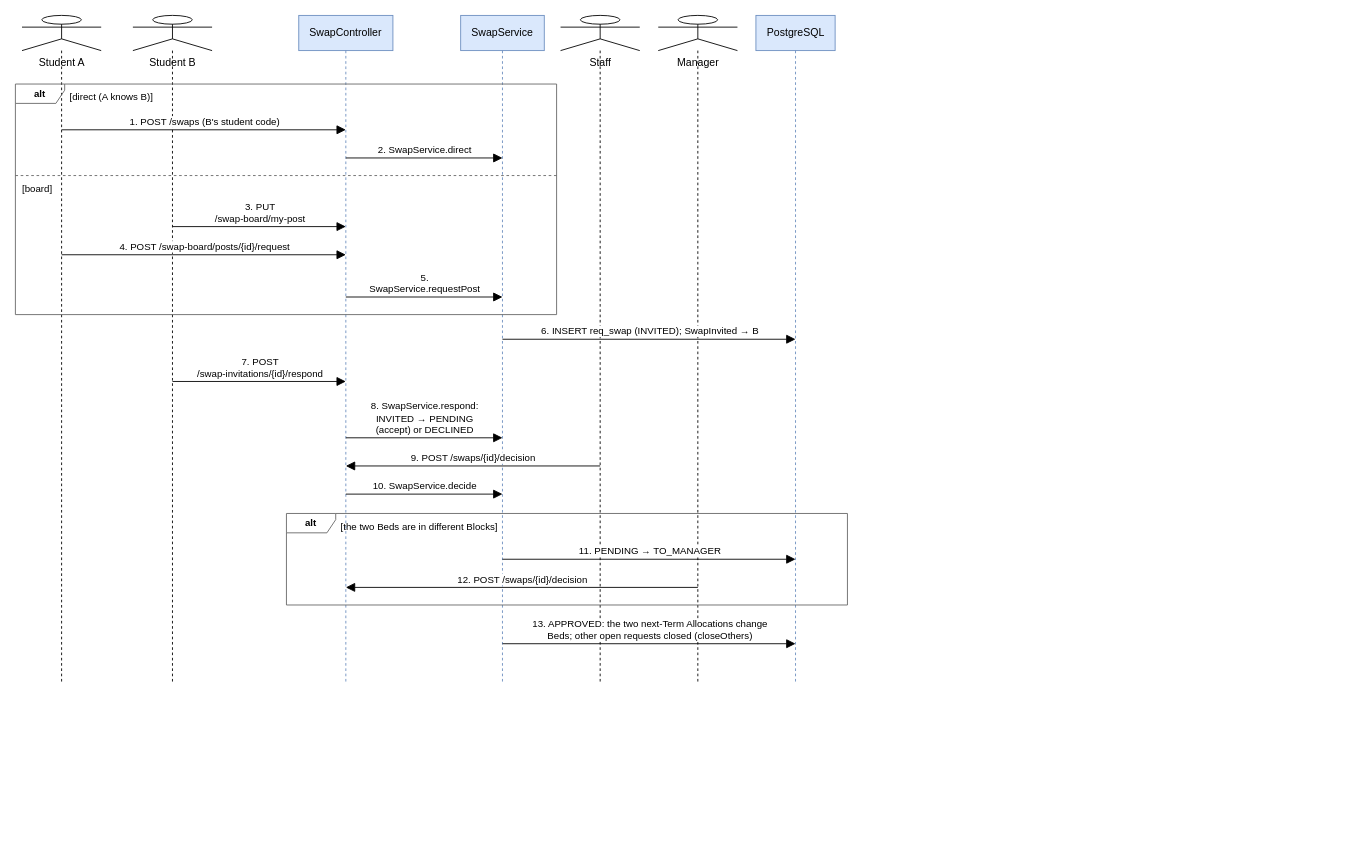
Before: docs/Diagrams/07_Sequence/seq-12-swap.drawio in tisou47/CampusStay-FPT, a draw.io diagram. Source tidied: cells renumbered, new cells numbered last; positions are measured from the earlier drawing's top-left corner, leaving out a move shared by most shapes. Both pictures are drawn from the tidied source at 88%, with x=0, y=0 at pixel (15, 15).
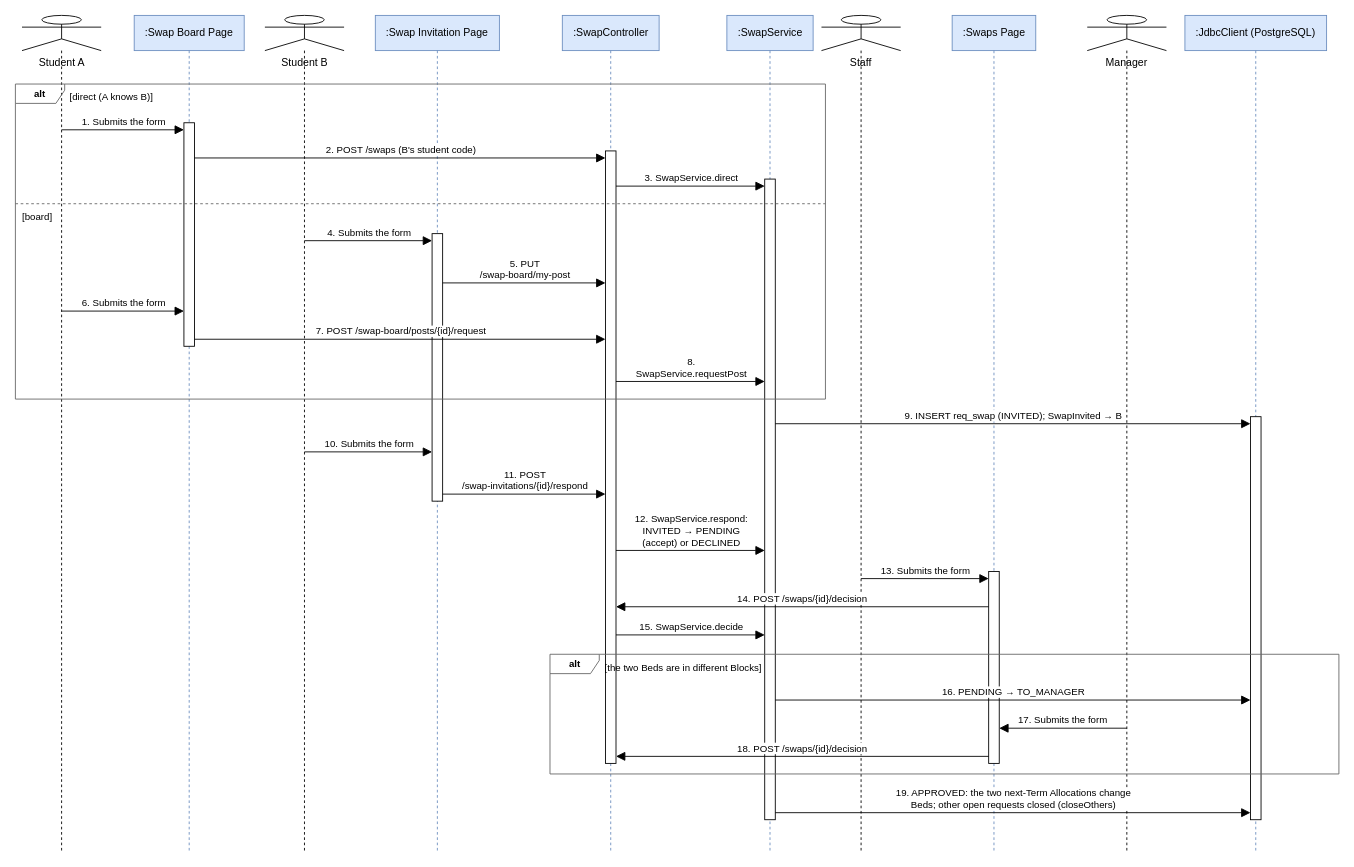
Above is the later version.

Diff of the diagram source:
```diff
@@
     <mxCell id="2" value="Student A" style="shape=umlLifeline;participant=umlActor;perimeter=lifelinePerimeter;size=40;verticalAlign=top;spacingTop=40;html=1;whiteSpace=wrap;fontSize=12;fontFamily=Helvetica;" parent="1" vertex="1">
-      <mxGeometry x="7.5" width="90" height="758" as="geometry" />
+      <mxGeometry x="7.5" width="90" height="950" as="geometry" />
     </mxCell>
+    <mxCell id="28" value=":Swap Board Page" style="shape=umlLifeline;perimeter=lifelinePerimeter;size=40;html=1;whiteSpace=wrap;fontSize=12;fontFamily=Helvetica;fillColor=#dae8fc;strokeColor=#6c8ebf;" parent="1" vertex="1">
+      <mxGeometry x="135" width="125" height="950" as="geometry" />
+    </mxCell>
     <mxCell id="3" value="Student B" style="shape=umlLifeline;participant=umlActor;perimeter=lifelinePerimeter;size=40;verticalAlign=top;spacingTop=40;html=1;whiteSpace=wrap;fontSize=12;fontFamily=Helvetica;" parent="1" vertex="1">
-      <mxGeometry x="133.5" width="90" height="758" as="geometry" />
+      <mxGeometry x="283.5" width="90" height="950" as="geometry" />
     </mxCell>
+    <mxCell id="29" value=":Swap Invitation Page" style="shape=umlLifeline;perimeter=lifelinePerimeter;size=40;html=1;whiteSpace=wrap;fontSize=12;fontFamily=Helvetica;fillColor=#dae8fc;strokeColor=#6c8ebf;" parent="1" vertex="1">
+      <mxGeometry x="409" width="141" height="950" as="geometry" />
+    </mxCell>
-    <mxCell id="4" value="SwapController" style="shape=umlLifeline;perimeter=lifelinePerimeter;size=40;html=1;whiteSpace=wrap;fontSize=12;fontFamily=Helvetica;fillColor=#dae8fc;strokeColor=#6c8ebf;" parent="1" vertex="1">
-      <mxGeometry x="322" width="107" height="758" as="geometry" />
+    <mxCell id="4" value=":SwapController" style="shape=umlLifeline;perimeter=lifelinePerimeter;size=40;html=1;whiteSpace=wrap;fontSize=12;fontFamily=Helvetica;fillColor=#dae8fc;strokeColor=#6c8ebf;" parent="1" vertex="1">
+      <mxGeometry x="621.5" width="110" height="950" as="geometry" />
     </mxCell>
-    <mxCell id="5" value="SwapService" style="shape=umlLifeline;perimeter=lifelinePerimeter;size=40;html=1;whiteSpace=wrap;fontSize=12;fontFamily=Helvetica;fillColor=#dae8fc;strokeColor=#6c8ebf;" parent="1" vertex="1">
-      <mxGeometry x="506" width="95" height="758" as="geometry" />
+    <mxCell id="5" value=":SwapService" style="shape=umlLifeline;perimeter=lifelinePerimeter;size=40;html=1;whiteSpace=wrap;fontSize=12;fontFamily=Helvetica;fillColor=#dae8fc;strokeColor=#6c8ebf;" parent="1" vertex="1">
+      <mxGeometry x="808.5" width="98" height="950" as="geometry" />
     </mxCell>
     <mxCell id="6" value="Staff" style="shape=umlLifeline;participant=umlActor;perimeter=lifelinePerimeter;size=40;verticalAlign=top;spacingTop=40;html=1;whiteSpace=wrap;fontSize=12;fontFamily=Helvetica;" parent="1" vertex="1">
-      <mxGeometry x="619.5" width="90" height="758" as="geometry" />
+      <mxGeometry x="916" width="90" height="950" as="geometry" />
     </mxCell>
+    <mxCell id="30" value=":Swaps Page" style="shape=umlLifeline;perimeter=lifelinePerimeter;size=40;html=1;whiteSpace=wrap;fontSize=12;fontFamily=Helvetica;fillColor=#dae8fc;strokeColor=#6c8ebf;" parent="1" vertex="1">
+      <mxGeometry x="1064.5" width="95" height="950" as="geometry" />
+    </mxCell>
     <mxCell id="7" value="Manager" style="shape=umlLifeline;participant=umlActor;perimeter=lifelinePerimeter;size=40;verticalAlign=top;spacingTop=40;html=1;whiteSpace=wrap;fontSize=12;fontFamily=Helvetica;" parent="1" vertex="1">
-      <mxGeometry x="730.5" width="90" height="758" as="geometry" />
+      <mxGeometry x="1218" width="90" height="950" as="geometry" />
     </mxCell>
-    <mxCell id="8" value="PostgreSQL" style="shape=umlLifeline;perimeter=lifelinePerimeter;size=40;html=1;whiteSpace=wrap;fontSize=12;fontFamily=Helvetica;fillColor=#dae8fc;strokeColor=#6c8ebf;" parent="1" vertex="1">
-      <mxGeometry x="841.5" width="90" height="758" as="geometry" />
+    <mxCell id="8" value=":JdbcClient (PostgreSQL)" style="shape=umlLifeline;perimeter=lifelinePerimeter;size=40;html=1;whiteSpace=wrap;fontSize=12;fontFamily=Helvetica;fillColor=#dae8fc;strokeColor=#6c8ebf;" parent="1" vertex="1">
+      <mxGeometry x="1329" width="161" height="950" as="geometry" />
     </mxCell>
-    <mxCell id="9" value="1. POST /swaps (B's student code)" style="html=1;rounded=1;fontSize=11;fontFamily=Helvetica;labelBackgroundColor=#ffffff;verticalAlign=bottom;endArrow=block;endFill=1;endSize=8;" parent="1" edge="1">
-      <mxGeometry relative="1" as="geometry">
-        <mxPoint x="52.5" y="130" as="sourcePoint" />
-        <mxPoint x="375.5" y="130" as="targetPoint" />
-      </mxGeometry>
+    <mxCell id="9" style="rounded=0;whiteSpace=wrap;html=1;fillColor=#FFFFFF;strokeColor=#000000;" parent="1" vertex="1">
+      <mxGeometry x="191.5" y="122" width="12" height="254" as="geometry" />
     </mxCell>
-    <mxCell id="10" value="2. SwapService.direct" style="html=1;rounded=1;fontSize=11;fontFamily=Helvetica;labelBackgroundColor=#ffffff;verticalAlign=bottom;endArrow=block;endFill=1;endSize=8;" parent="1" edge="1">
-      <mxGeometry relative="1" as="geometry">
-        <mxPoint x="375.5" y="162" as="sourcePoint" />
-        <mxPoint x="553.5" y="162" as="targetPoint" />
-      </mxGeometry>
+    <mxCell id="10" style="rounded=0;whiteSpace=wrap;html=1;fillColor=#FFFFFF;strokeColor=#000000;" parent="1" vertex="1">
+      <mxGeometry x="670.5" y="154" width="12" height="696" as="geometry" />
     </mxCell>
-    <mxCell id="11" value="3. PUT&lt;br&gt;/swap-board/my-post" style="html=1;rounded=1;fontSize=11;fontFamily=Helvetica;labelBackgroundColor=#ffffff;verticalAlign=bottom;endArrow=block;endFill=1;endSize=8;" parent="1" edge="1">
-      <mxGeometry relative="1" as="geometry">
-        <mxPoint x="178.5" y="240" as="sourcePoint" />
-        <mxPoint x="375.5" y="240" as="targetPoint" />
-      </mxGeometry>
+    <mxCell id="11" style="rounded=0;whiteSpace=wrap;html=1;fillColor=#FFFFFF;strokeColor=#000000;" parent="1" vertex="1">
+      <mxGeometry x="851.5" y="186" width="12" height="728" as="geometry" />
     </mxCell>
-    <mxCell id="12" value="4. POST /swap-board/posts/{id}/request" style="html=1;rounded=1;fontSize=11;fontFamily=Helvetica;labelBackgroundColor=#ffffff;verticalAlign=bottom;endArrow=block;endFill=1;endSize=8;" parent="1" edge="1">
-      <mxGeometry relative="1" as="geometry">
-        <mxPoint x="52.5" y="272" as="sourcePoint" />
-        <mxPoint x="375.5" y="272" as="targetPoint" />
-      </mxGeometry>
+    <mxCell id="12" style="rounded=0;whiteSpace=wrap;html=1;fillColor=#FFFFFF;strokeColor=#000000;" parent="1" vertex="1">
+      <mxGeometry x="473.5" y="248" width="12" height="304" as="geometry" />
     </mxCell>
-    <mxCell id="13" value="5.&lt;br&gt;SwapService.requestPost" style="html=1;rounded=1;fontSize=11;fontFamily=Helvetica;labelBackgroundColor=#ffffff;verticalAlign=bottom;endArrow=block;endFill=1;endSize=8;" parent="1" edge="1">
-      <mxGeometry relative="1" as="geometry">
-        <mxPoint x="375.5" y="320" as="sourcePoint" />
-        <mxPoint x="553.5" y="320" as="targetPoint" />
-      </mxGeometry>
+    <mxCell id="13" style="rounded=0;whiteSpace=wrap;html=1;fillColor=#FFFFFF;strokeColor=#000000;" parent="1" vertex="1">
+      <mxGeometry x="1403.5" y="456" width="12" height="458" as="geometry" />
     </mxCell>
-    <mxCell id="14" value="alt" style="shape=umlFrame;whiteSpace=wrap;html=1;width=56;height=22;fontSize=11;fontStyle=1;fillColor=none;strokeColor=#666666;" parent="1" vertex="1">
-      <mxGeometry y="78" width="615" height="262" as="geometry" />
+    <mxCell id="14" style="rounded=0;whiteSpace=wrap;html=1;fillColor=#FFFFFF;strokeColor=#000000;" parent="1" vertex="1">
+      <mxGeometry x="1106" y="632" width="12" height="218" as="geometry" />
     </mxCell>
-    <mxCell id="15" value="[direct (A knows B)]" style="text;html=1;whiteSpace=wrap;fontSize=12;fontFamily=Helvetica;align=left;verticalAlign=top;fillColor=none;strokeColor=none;fontSize=11;" parent="1" vertex="1">
-      <mxGeometry x="60" y="80" width="127.4" height="20" as="geometry" />
+    <mxCell id="15" value="1. Submits the form" style="html=1;rounded=1;fontSize=11;fontFamily=Helvetica;labelBackgroundColor=#ffffff;verticalAlign=bottom;endArrow=block;endFill=1;endSize=8;" parent="1" edge="1">
+      <mxGeometry relative="1" as="geometry">
+        <mxPoint x="52.5" y="130" as="sourcePoint" />
+        <mxPoint x="191.5" y="130" as="targetPoint" />
+      </mxGeometry>
     </mxCell>
-    <mxCell id="16" style="html=1;rounded=1;fontSize=11;fontFamily=Helvetica;labelBackgroundColor=#ffffff;endArrow=none;dashed=1;strokeColor=#666666;" parent="1" edge="1">
+    <mxCell id="16" value="2. POST /swaps (B's student code)" style="html=1;rounded=1;fontSize=11;fontFamily=Helvetica;labelBackgroundColor=#ffffff;verticalAlign=bottom;endArrow=block;endFill=1;endSize=8;" parent="1" edge="1">
       <mxGeometry relative="1" as="geometry">
-        <mxPoint y="182" as="sourcePoint" />
-        <mxPoint x="615" y="182" as="targetPoint" />
+        <mxPoint x="203.5" y="162" as="sourcePoint" />
+        <mxPoint x="670.5" y="162" as="targetPoint" />
       </mxGeometry>
     </mxCell>
-    <mxCell id="17" value="[board]" style="text;html=1;whiteSpace=wrap;fontSize=12;fontFamily=Helvetica;align=left;verticalAlign=top;fillColor=none;strokeColor=none;fontSize=11;" parent="1" vertex="1">
-      <mxGeometry x="6" y="184" width="60.7" height="20" as="geometry" />
+    <mxCell id="17" value="3. SwapService.direct" style="html=1;rounded=1;fontSize=11;fontFamily=Helvetica;labelBackgroundColor=#ffffff;verticalAlign=bottom;endArrow=block;endFill=1;endSize=8;" parent="1" edge="1">
+      <mxGeometry relative="1" as="geometry">
+        <mxPoint x="682.5" y="194" as="sourcePoint" />
+        <mxPoint x="851.5" y="194" as="targetPoint" />
+      </mxGeometry>
     </mxCell>
-    <mxCell id="18" value="6. INSERT req_swap (INVITED); SwapInvited → B" style="html=1;rounded=1;fontSize=11;fontFamily=Helvetica;labelBackgroundColor=#ffffff;verticalAlign=bottom;endArrow=block;endFill=1;endSize=8;" parent="1" edge="1">
+    <mxCell id="18" value="4. Submits the form" style="html=1;rounded=1;fontSize=11;fontFamily=Helvetica;labelBackgroundColor=#ffffff;verticalAlign=bottom;endArrow=block;endFill=1;endSize=8;" parent="1" edge="1">
       <mxGeometry relative="1" as="geometry">
-        <mxPoint x="553.5" y="368" as="sourcePoint" />
-        <mxPoint x="886.5" y="368" as="targetPoint" />
+        <mxPoint x="328.5" y="256" as="sourcePoint" />
+        <mxPoint x="473.5" y="256" as="targetPoint" />
       </mxGeometry>
     </mxCell>
-    <mxCell id="19" value="7. POST&lt;br&gt;/swap-invitations/{id}/respond" style="html=1;rounded=1;fontSize=11;fontFamily=Helvetica;labelBackgroundColor=#ffffff;verticalAlign=bottom;endArrow=block;endFill=1;endSize=8;" parent="1" edge="1">
+    <mxCell id="19" value="5. PUT&lt;br&gt;/swap-board/my-post" style="html=1;rounded=1;fontSize=11;fontFamily=Helvetica;labelBackgroundColor=#ffffff;verticalAlign=bottom;endArrow=block;endFill=1;endSize=8;" parent="1" edge="1">
       <mxGeometry relative="1" as="geometry">
-        <mxPoint x="178.5" y="416" as="sourcePoint" />
-        <mxPoint x="375.5" y="416" as="targetPoint" />
+        <mxPoint x="485.5" y="304" as="sourcePoint" />
+        <mxPoint x="670.5" y="304" as="targetPoint" />
       </mxGeometry>
     </mxCell>
-    <mxCell id="20" value="8. SwapService.respond:&lt;br&gt;INVITED → PENDING&lt;br&gt;(accept) or DECLINED" style="html=1;rounded=1;fontSize=11;fontFamily=Helvetica;labelBackgroundColor=#ffffff;verticalAlign=bottom;endArrow=block;endFill=1;endSize=8;" parent="1" edge="1">
+    <mxCell id="20" value="6. Submits the form" style="html=1;rounded=1;fontSize=11;fontFamily=Helvetica;labelBackgroundColor=#ffffff;verticalAlign=bottom;endArrow=block;endFill=1;endSize=8;" parent="1" edge="1">
       <mxGeometry relative="1" as="geometry">
-        <mxPoint x="375.5" y="480" as="sourcePoint" />
-        <mxPoint x="553.5" y="480" as="targetPoint" />
+        <mxPoint x="52.5" y="336" as="sourcePoint" />
+        <mxPoint x="191.5" y="336" as="targetPoint" />
       </mxGeometry>
     </mxCell>
-    <mxCell id="21" value="9. POST /swaps/{id}/decision" style="html=1;rounded=1;fontSize=11;fontFamily=Helvetica;labelBackgroundColor=#ffffff;verticalAlign=bottom;endArrow=block;endFill=1;endSize=8;" parent="1" edge="1">
+    <mxCell id="21" value="7. POST /swap-board/posts/{id}/request" style="html=1;rounded=1;fontSize=11;fontFamily=Helvetica;labelBackgroundColor=#ffffff;verticalAlign=bottom;endArrow=block;endFill=1;endSize=8;" parent="1" edge="1">
       <mxGeometry relative="1" as="geometry">
-        <mxPoint x="664.5" y="512" as="sourcePoint" />
-        <mxPoint x="375.5" y="512" as="targetPoint" />
+        <mxPoint x="203.5" y="368" as="sourcePoint" />
+        <mxPoint x="670.5" y="368" as="targetPoint" />
       </mxGeometry>
     </mxCell>
-    <mxCell id="22" value="10. SwapService.decide" style="html=1;rounded=1;fontSize=11;fontFamily=Helvetica;labelBackgroundColor=#ffffff;verticalAlign=bottom;endArrow=block;endFill=1;endSize=8;" parent="1" edge="1">
+    <mxCell id="22" value="8.&lt;br&gt;SwapService.requestPost" style="html=1;rounded=1;fontSize=11;fontFamily=Helvetica;labelBackgroundColor=#ffffff;verticalAlign=bottom;endArrow=block;endFill=1;endSize=8;" parent="1" edge="1">
       <mxGeometry relative="1" as="geometry">
-        <mxPoint x="375.5" y="544" as="sourcePoint" />
-        <mxPoint x="553.5" y="544" as="targetPoint" />
+        <mxPoint x="682.5" y="416" as="sourcePoint" />
+        <mxPoint x="851.5" y="416" as="targetPoint" />
       </mxGeometry>
     </mxCell>
-    <mxCell id="23" value="11. PENDING → TO_MANAGER" style="html=1;rounded=1;fontSize=11;fontFamily=Helvetica;labelBackgroundColor=#ffffff;verticalAlign=bottom;endArrow=block;endFill=1;endSize=8;" parent="1" edge="1">
-      <mxGeometry relative="1" as="geometry">
-        <mxPoint x="553.5" y="618" as="sourcePoint" />
-        <mxPoint x="886.5" y="618" as="targetPoint" />
-      </mxGeometry>
+    <mxCell id="23" value="alt" style="shape=umlFrame;whiteSpace=wrap;html=1;width=56;height=22;fontSize=11;fontStyle=1;fillColor=none;strokeColor=#666666;" parent="1" vertex="1">
+      <mxGeometry y="78" width="920.5" height="358" as="geometry" />
     </mxCell>
-    <mxCell id="24" value="12. POST /swaps/{id}/decision" style="html=1;rounded=1;fontSize=11;fontFamily=Helvetica;labelBackgroundColor=#ffffff;verticalAlign=bottom;endArrow=block;endFill=1;endSize=8;" parent="1" edge="1">
-      <mxGeometry relative="1" as="geometry">
-        <mxPoint x="775.5" y="650" as="sourcePoint" />
-        <mxPoint x="375.5" y="650" as="targetPoint" />
-      </mxGeometry>
+    <mxCell id="24" value="[direct (A knows B)]" style="text;html=1;whiteSpace=wrap;fontSize=12;fontFamily=Helvetica;align=left;verticalAlign=top;fillColor=none;strokeColor=none;fontSize=11;" parent="1" vertex="1">
+      <mxGeometry x="60" y="80" width="127.4" height="20" as="geometry" />
     </mxCell>
-    <mxCell id="25" value="alt" style="shape=umlFrame;whiteSpace=wrap;html=1;width=56;height=22;fontSize=11;fontStyle=1;fillColor=none;strokeColor=#666666;" parent="1" vertex="1">
-      <mxGeometry x="308" y="566" width="637.5" height="104" as="geometry" />
+    <mxCell id="25" style="html=1;rounded=1;fontSize=11;fontFamily=Helvetica;labelBackgroundColor=#ffffff;endArrow=none;dashed=1;strokeColor=#666666;" parent="1" edge="1">
+      <mxGeometry relative="1" as="geometry">
+        <mxPoint y="214" as="sourcePoint" />
+        <mxPoint x="920.5" y="214" as="targetPoint" />
+      </mxGeometry>
     </mxCell>
-    <mxCell id="26" value="[the two Beds are in different Blocks]" style="text;html=1;whiteSpace=wrap;fontSize=12;fontFamily=Helvetica;align=left;verticalAlign=top;fillColor=none;strokeColor=none;fontSize=11;" parent="1" vertex="1">
-      <mxGeometry x="368" y="568" width="217.9" height="20" as="geometry" />
+    <mxCell id="26" value="[board]" style="text;html=1;whiteSpace=wrap;fontSize=12;fontFamily=Helvetica;align=left;verticalAlign=top;fillColor=none;strokeColor=none;fontSize=11;" parent="1" vertex="1">
+      <mxGeometry x="6" y="216" width="60.7" height="20" as="geometry" />
     </mxCell>
-    <mxCell id="27" value="13. APPROVED: the two next-Term Allocations change&lt;br&gt;Beds; other open requests closed (closeOthers)" style="html=1;rounded=1;fontSize=11;fontFamily=Helvetica;labelBackgroundColor=#ffffff;verticalAlign=bottom;endArrow=block;endFill=1;endSize=8;" parent="1" edge="1">
+    <mxCell id="27" value="9. INSERT req_swap (INVITED); SwapInvited → B" style="html=1;rounded=1;fontSize=11;fontFamily=Helvetica;labelBackgroundColor=#ffffff;verticalAlign=bottom;endArrow=block;endFill=1;endSize=8;" parent="1" edge="1">
       <mxGeometry relative="1" as="geometry">
-        <mxPoint x="553.5" y="714" as="sourcePoint" />
-        <mxPoint x="886.5" y="714" as="targetPoint" />
+        <mxPoint x="863.5" y="464" as="sourcePoint" />
+        <mxPoint x="1403.5" y="464" as="targetPoint" />
       </mxGeometry>
     </mxCell>
+    <mxCell id="31" value="10. Submits the form" style="html=1;rounded=1;fontSize=11;fontFamily=Helvetica;labelBackgroundColor=#ffffff;verticalAlign=bottom;endArrow=block;endFill=1;endSize=8;" parent="1" edge="1">
+      <mxGeometry relative="1" as="geometry">
+        <mxPoint x="328.5" y="496" as="sourcePoint" />
+        <mxPoint x="473.5" y="496" as="targetPoint" />
+      </mxGeometry>
+    </mxCell>
+    <mxCell id="32" value="11. POST&lt;br&gt;/swap-invitations/{id}/respond" style="html=1;rounded=1;fontSize=11;fontFamily=Helvetica;labelBackgroundColor=#ffffff;verticalAlign=bottom;endArrow=block;endFill=1;endSize=8;" parent="1" edge="1">
+      <mxGeometry relative="1" as="geometry">
+        <mxPoint x="485.5" y="544" as="sourcePoint" />
+        <mxPoint x="670.5" y="544" as="targetPoint" />
+      </mxGeometry>
+    </mxCell>
+    <mxCell id="33" value="12. SwapService.respond:&lt;br&gt;INVITED → PENDING&lt;br&gt;(accept) or DECLINED" style="html=1;rounded=1;fontSize=11;fontFamily=Helvetica;labelBackgroundColor=#ffffff;verticalAlign=bottom;endArrow=block;endFill=1;endSize=8;" parent="1" edge="1">
+      <mxGeometry relative="1" as="geometry">
+        <mxPoint x="682.5" y="608" as="sourcePoint" />
+        <mxPoint x="851.5" y="608" as="targetPoint" />
+      </mxGeometry>
+    </mxCell>
+    <mxCell id="34" value="13. Submits the form" style="html=1;rounded=1;fontSize=11;fontFamily=Helvetica;labelBackgroundColor=#ffffff;verticalAlign=bottom;endArrow=block;endFill=1;endSize=8;" parent="1" edge="1">
+      <mxGeometry relative="1" as="geometry">
+        <mxPoint x="961" y="640" as="sourcePoint" />
+        <mxPoint x="1106" y="640" as="targetPoint" />
+      </mxGeometry>
+    </mxCell>
+    <mxCell id="35" value="14. POST /swaps/{id}/decision" style="html=1;rounded=1;fontSize=11;fontFamily=Helvetica;labelBackgroundColor=#ffffff;verticalAlign=bottom;endArrow=block;endFill=1;endSize=8;" parent="1" edge="1">
+      <mxGeometry relative="1" as="geometry">
+        <mxPoint x="1106" y="672" as="sourcePoint" />
+        <mxPoint x="682.5" y="672" as="targetPoint" />
+      </mxGeometry>
+    </mxCell>
+    <mxCell id="36" value="15. SwapService.decide" style="html=1;rounded=1;fontSize=11;fontFamily=Helvetica;labelBackgroundColor=#ffffff;verticalAlign=bottom;endArrow=block;endFill=1;endSize=8;" parent="1" edge="1">
+      <mxGeometry relative="1" as="geometry">
+        <mxPoint x="682.5" y="704" as="sourcePoint" />
+        <mxPoint x="851.5" y="704" as="targetPoint" />
+      </mxGeometry>
+    </mxCell>
+    <mxCell id="37" value="16. PENDING → TO_MANAGER" style="html=1;rounded=1;fontSize=11;fontFamily=Helvetica;labelBackgroundColor=#ffffff;verticalAlign=bottom;endArrow=block;endFill=1;endSize=8;" parent="1" edge="1">
+      <mxGeometry relative="1" as="geometry">
+        <mxPoint x="863.5" y="778" as="sourcePoint" />
+        <mxPoint x="1403.5" y="778" as="targetPoint" />
+      </mxGeometry>
+    </mxCell>
+    <mxCell id="38" value="17. Submits the form" style="html=1;rounded=1;fontSize=11;fontFamily=Helvetica;labelBackgroundColor=#ffffff;verticalAlign=bottom;endArrow=block;endFill=1;endSize=8;" parent="1" edge="1">
+      <mxGeometry relative="1" as="geometry">
+        <mxPoint x="1263" y="810" as="sourcePoint" />
+        <mxPoint x="1118" y="810" as="targetPoint" />
+      </mxGeometry>
+    </mxCell>
+    <mxCell id="39" value="18. POST /swaps/{id}/decision" style="html=1;rounded=1;fontSize=11;fontFamily=Helvetica;labelBackgroundColor=#ffffff;verticalAlign=bottom;endArrow=block;endFill=1;endSize=8;" parent="1" edge="1">
+      <mxGeometry relative="1" as="geometry">
+        <mxPoint x="1106" y="842" as="sourcePoint" />
+        <mxPoint x="682.5" y="842" as="targetPoint" />
+      </mxGeometry>
+    </mxCell>
+    <mxCell id="40" value="alt" style="shape=umlFrame;whiteSpace=wrap;html=1;width=56;height=22;fontSize=11;fontStyle=1;fillColor=none;strokeColor=#666666;" parent="1" vertex="1">
+      <mxGeometry x="607.5" y="726" width="896.5" height="136" as="geometry" />
+    </mxCell>
+    <mxCell id="41" value="[the two Beds are in different Blocks]" style="text;html=1;whiteSpace=wrap;fontSize=12;fontFamily=Helvetica;align=left;verticalAlign=top;fillColor=none;strokeColor=none;fontSize=11;" parent="1" vertex="1">
+      <mxGeometry x="667.5" y="728" width="217.9" height="20" as="geometry" />
+    </mxCell>
+    <mxCell id="42" value="19. APPROVED: the two next-Term Allocations change&lt;br&gt;Beds; other open requests closed (closeOthers)" style="html=1;rounded=1;fontSize=11;fontFamily=Helvetica;labelBackgroundColor=#ffffff;verticalAlign=bottom;endArrow=block;endFill=1;endSize=8;" parent="1" edge="1">
+      <mxGeometry relative="1" as="geometry">
+        <mxPoint x="863.5" y="906" as="sourcePoint" />
+        <mxPoint x="1403.5" y="906" as="targetPoint" />
+      </mxGeometry>
+    </mxCell>
```
